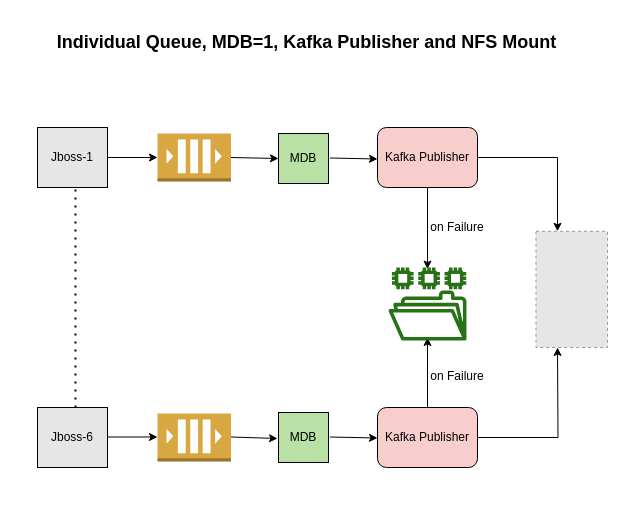
Before: page "Individual Local Queue" (1 of 4) of Untitled Diagram.drawio in tsahaca/Project5, a draw.io diagram. Source tidied: cells renumbered, new cells numbered last; positions are measured from the earlier drawing's top-left corner, leaving out a move shared by most shapes. Both pictures are drawn from the tidied source at 100%, with x=0, y=0 at pixel (37, 17). Pictures stored in the file or linked from it are replaced by grey dashed boxes.
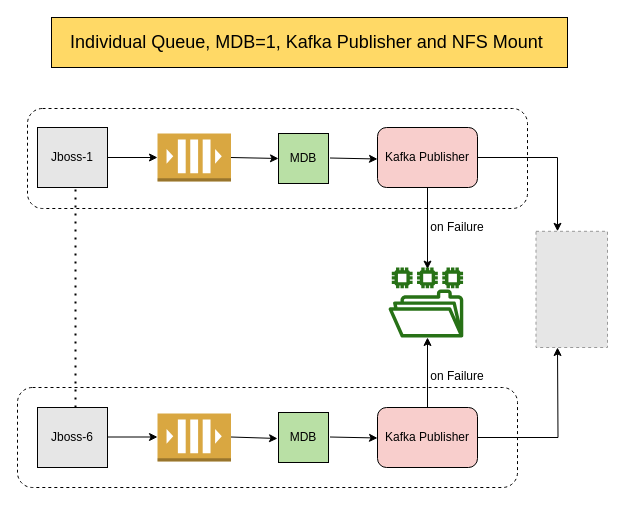
After the change.

Diff of the diagram source:
```diff
@@
+    <mxCell id="26" style="rounded=1;whiteSpace=wrap;html=1;dashed=1;strokeColor=#000000;fillColor=#FFFFFF;fontSize=12;fontColor=#000000;" parent="1" vertex="1">
+      <mxGeometry x="-20" y="370" width="500" height="100" as="geometry" />
+    </mxCell>
+    <mxCell id="27" style="rounded=1;whiteSpace=wrap;html=1;dashed=1;strokeColor=#000000;fillColor=#FFFFFF;fontSize=12;fontColor=#000000;" parent="1" vertex="1">
+      <mxGeometry x="-10" y="91" width="500" height="100" as="geometry" />
+    </mxCell>
@@
-    <mxCell id="20" value="Individual Queue, MDB=1, Kafka Publisher and NFS Mount&amp;nbsp;" style="text;html=1;strokeColor=none;fillColor=none;align=center;verticalAlign=middle;whiteSpace=wrap;rounded=0;fontStyle=1;fontSize=18;" parent="1" vertex="1">
+    <mxCell id="20" value="Individual Queue, MDB=1, Kafka Publisher and NFS Mount&amp;nbsp;" style="text;html=1;align=center;verticalAlign=middle;whiteSpace=wrap;rounded=0;fontStyle=0;fontSize=18;strokeColor=#000000;fillColor=#FFD966;" parent="1" vertex="1">
       <mxGeometry x="14" width="516" height="50" as="geometry" />
     </mxCell>
@@
     <mxCell id="25" style="fontColor=#232F3E;gradientColor=none;fillColor=#277116;strokeColor=none;dashed=0;verticalLabelPosition=bottom;verticalAlign=top;align=center;html=1;fontSize=12;fontStyle=0;shape=mxgraph.aws4.file_system;" parent="1" vertex="1">
-      <mxGeometry x="351" y="250" width="78" height="73" as="geometry" />
+      <mxGeometry x="351" y="250" width="74.8" height="70" as="geometry" />
     </mxCell>
```
